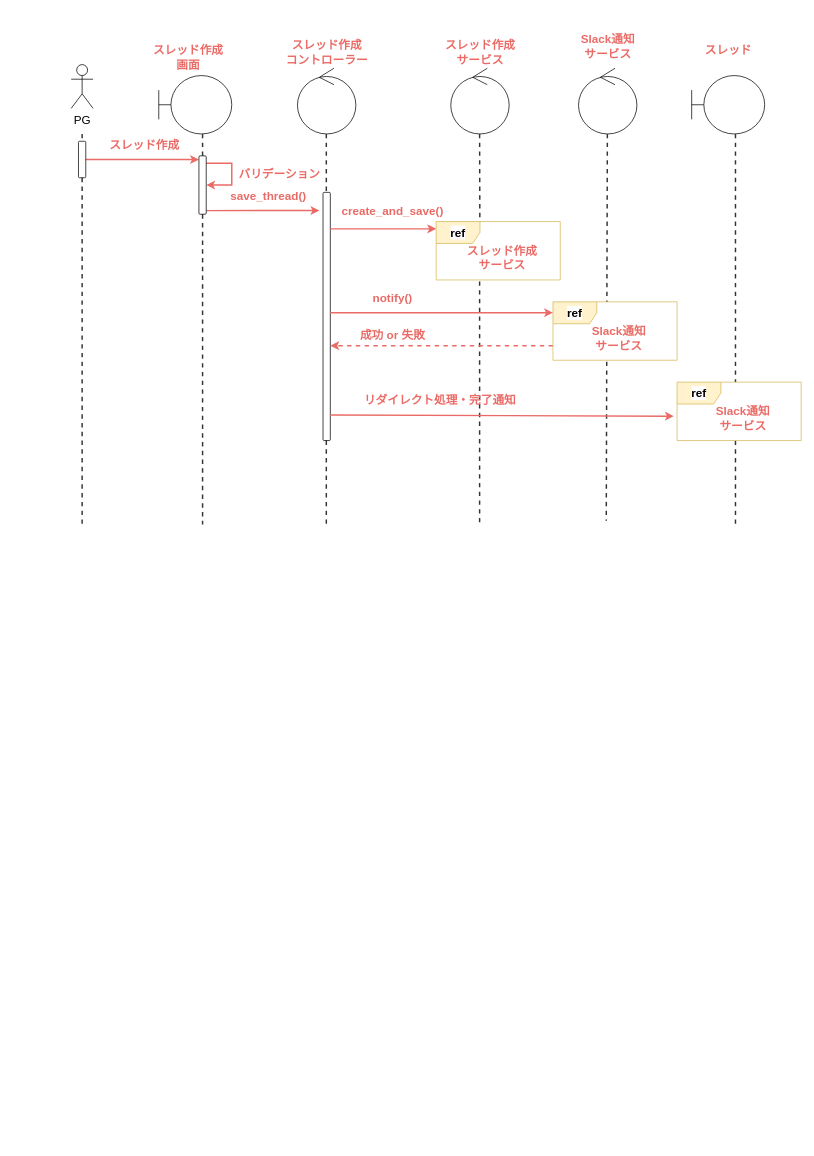
haseryo0403/functional-design-technical-design keeps this draw.io diagram as page "シーケンス図" (2 of 2) of technical-design.drawio. Above is the earlier version. Source tidied: cells renumbered, new cells numbered last; positions are measured from the earlier drawing's top-left corner, leaving out a move shared by most shapes. Both pictures are drawn from the tidied source at 73%, with x=0, y=0 at pixel (71, 28).
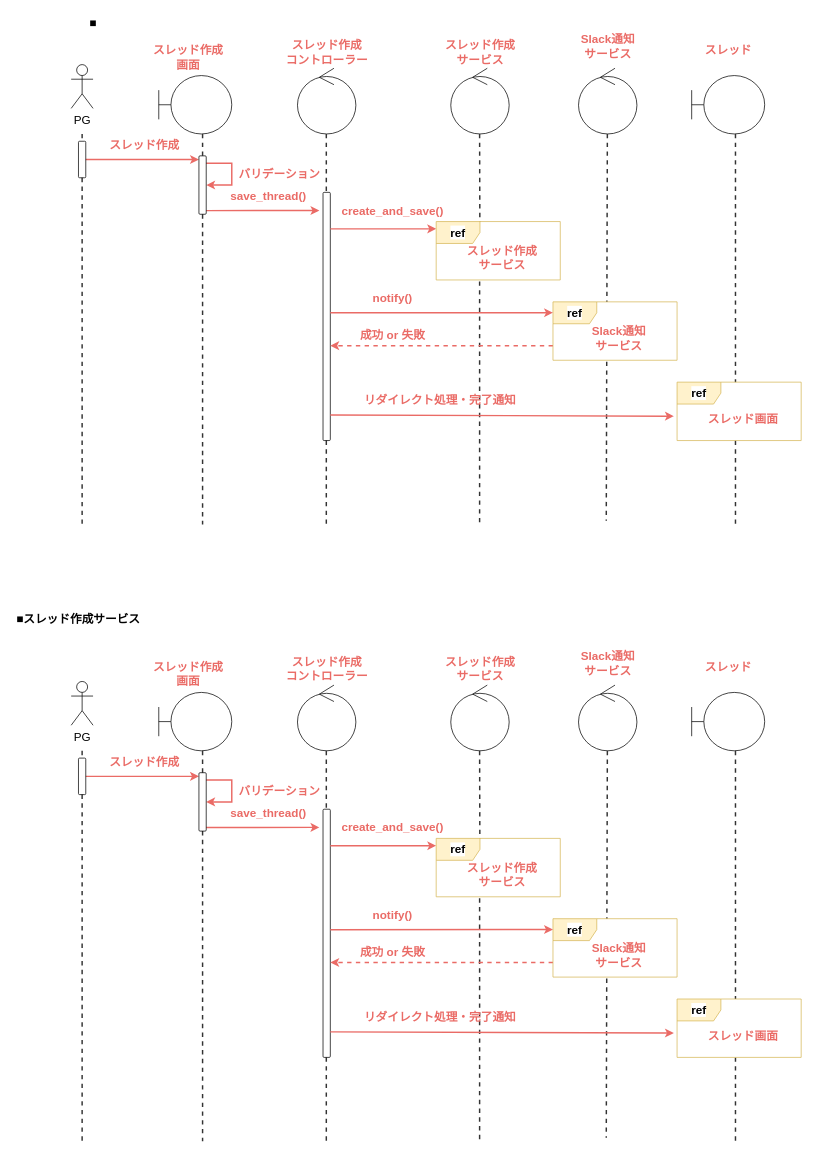
After the change.

The edit, as a diff of the source:
```diff
@@
-    <mxCell id="43" value="&lt;font color=&quot;#ea6b66&quot;&gt;Slack通知&lt;/font&gt;&lt;br&gt;&lt;div&gt;&lt;font color=&quot;#ea6b66&quot;&gt;サービス&lt;/font&gt;&lt;/div&gt;" style="text;html=1;align=center;verticalAlign=middle;strokeColor=none;fillColor=none;fontStyle=1;fontSize=16;" parent="1" vertex="1">
-      <mxGeometry x="875" y="510" width="90" height="50" as="geometry" />
+    <mxCell id="43" value="&lt;font color=&quot;#ea6b66&quot;&gt;スレッド画面&lt;/font&gt;" style="text;html=1;align=center;verticalAlign=middle;strokeColor=none;fillColor=none;fontStyle=1;fontSize=16;" parent="1" vertex="1">
+      <mxGeometry x="860" y="520" width="120" height="30" as="geometry" />
     </mxCell>
@@
+    <mxCell id="46" style="shape=umlBoundary;whiteSpace=wrap;html=1;" parent="1" vertex="1">
+      <mxGeometry x="120" y="910" width="100" height="80" as="geometry" />
+    </mxCell>
+    <mxCell id="47" style="edgeStyle=none;shape=connector;rounded=0;jettySize=auto;html=1;strokeColor=#333333;strokeWidth=2;align=center;verticalAlign=middle;fontFamily=Helvetica;fontSize=16;fontColor=default;fontStyle=1;labelBackgroundColor=default;endArrow=none;endFill=0;dashed=1;" parent="1" edge="1" source="64">
+      <mxGeometry relative="1" as="geometry">
+        <mxPoint x="15" y="1525" as="targetPoint" />
+      </mxGeometry>
+    </mxCell>
+    <mxCell id="48" value="PG" style="shape=umlActor;verticalLabelPosition=bottom;verticalAlign=top;html=1;fontSize=16;" parent="1" vertex="1">
+      <mxGeometry y="895" width="30" height="60" as="geometry" />
+    </mxCell>
+    <mxCell id="49" value="&lt;font style=&quot;font-size: 16px;&quot; color=&quot;#ea6b66&quot;&gt;スレッド作成&lt;/font&gt;&lt;div style=&quot;font-size: 16px;&quot;&gt;&lt;font style=&quot;font-size: 16px;&quot; color=&quot;#ea6b66&quot;&gt;&lt;span style=&quot;font-size: 16px;&quot;&gt;画面&lt;/span&gt;&lt;/font&gt;&lt;/div&gt;" style="text;html=1;align=center;verticalAlign=middle;strokeColor=none;fillColor=none;fontStyle=1;fontSize=16;" parent="1" vertex="1">
+      <mxGeometry x="100" y="860" width="120" height="50" as="geometry" />
+    </mxCell>
+    <mxCell id="50" style="ellipse;shape=umlControl;whiteSpace=wrap;html=1;align=center;verticalAlign=middle;fontFamily=Helvetica;fontSize=12;fontColor=default;fillColor=default;gradientColor=none;" parent="1" vertex="1">
+      <mxGeometry x="310" y="900" width="80" height="90" as="geometry" />
+    </mxCell>
+    <mxCell id="51" style="shape=umlBoundary;whiteSpace=wrap;html=1;fillColor=default;" parent="1" vertex="1">
+      <mxGeometry x="850" y="910" width="100" height="80" as="geometry" />
+    </mxCell>
+    <mxCell id="52" value="&lt;font style=&quot;font-size: 16px;&quot; color=&quot;#ea6b66&quot;&gt;スレッド&lt;/font&gt;&lt;div&gt;&lt;div style=&quot;font-size: 16px;&quot;&gt;&lt;br&gt;&lt;/div&gt;&lt;/div&gt;" style="text;html=1;align=center;verticalAlign=middle;strokeColor=none;fillColor=none;fontStyle=1;fontSize=16;" parent="1" vertex="1">
+      <mxGeometry x="855" y="860" width="90" height="50" as="geometry" />
+    </mxCell>
+    <mxCell id="53" value="&lt;font style=&quot;font-size: 16px;&quot; color=&quot;#ea6b66&quot;&gt;スレッド作成&lt;/font&gt;&lt;div&gt;&lt;font style=&quot;font-size: 16px;&quot; color=&quot;#ea6b66&quot;&gt;コントローラー&lt;/font&gt;&lt;/div&gt;" style="text;html=1;align=center;verticalAlign=middle;strokeColor=none;fillColor=none;fontStyle=1;fontSize=16;" parent="1" vertex="1">
+      <mxGeometry x="280" y="853.4" width="140" height="50" as="geometry" />
+    </mxCell>
+    <mxCell id="54" style="ellipse;shape=umlControl;whiteSpace=wrap;html=1;align=center;verticalAlign=middle;fontFamily=Helvetica;fontSize=12;fontColor=default;fillColor=default;gradientColor=none;" parent="1" vertex="1">
+      <mxGeometry x="520" y="900" width="80" height="90" as="geometry" />
+    </mxCell>
+    <mxCell id="55" value="&lt;font style=&quot;font-size: 16px;&quot; color=&quot;#ea6b66&quot;&gt;スレッド作成&lt;/font&gt;&lt;div&gt;&lt;font color=&quot;#ea6b66&quot;&gt;サービス&lt;/font&gt;&lt;/div&gt;" style="text;html=1;align=center;verticalAlign=middle;strokeColor=none;fillColor=none;fontStyle=1;fontSize=16;" parent="1" vertex="1">
+      <mxGeometry x="500" y="853.4" width="120" height="50" as="geometry" />
+    </mxCell>
+    <mxCell id="56" style="ellipse;shape=umlControl;whiteSpace=wrap;html=1;align=center;verticalAlign=middle;fontFamily=Helvetica;fontSize=12;fontColor=default;fillColor=default;gradientColor=none;" parent="1" vertex="1">
+      <mxGeometry x="695" y="900" width="80" height="90" as="geometry" />
+    </mxCell>
+    <mxCell id="57" value="&lt;font color=&quot;#ea6b66&quot;&gt;Slack通知&lt;/font&gt;&lt;div&gt;&lt;font color=&quot;#ea6b66&quot;&gt;サービス&lt;/font&gt;&lt;/div&gt;" style="text;html=1;align=center;verticalAlign=middle;strokeColor=none;fillColor=none;fontStyle=1;fontSize=16;" parent="1" vertex="1">
+      <mxGeometry x="690" y="845" width="90" height="50" as="geometry" />
+    </mxCell>
+    <mxCell id="58" style="edgeStyle=none;shape=connector;rounded=0;jettySize=auto;html=1;strokeColor=#333333;strokeWidth=2;align=center;verticalAlign=middle;fontFamily=Helvetica;fontSize=16;fontColor=default;fontStyle=1;labelBackgroundColor=default;endArrow=none;endFill=0;dashed=1;" parent="1" edge="1" source="68">
+      <mxGeometry relative="1" as="geometry">
+        <mxPoint x="180" y="1525" as="targetPoint" />
+      </mxGeometry>
+    </mxCell>
+    <mxCell id="59" style="edgeStyle=none;shape=connector;rounded=0;jettySize=auto;html=1;strokeColor=#333333;strokeWidth=2;align=center;verticalAlign=middle;fontFamily=Helvetica;fontSize=16;fontColor=default;fontStyle=1;labelBackgroundColor=default;endArrow=none;endFill=0;dashed=1;" parent="1" edge="1" source="70">
+      <mxGeometry relative="1" as="geometry">
+        <mxPoint x="349.5" y="1525" as="targetPoint" />
+      </mxGeometry>
+    </mxCell>
+    <mxCell id="60" style="edgeStyle=none;shape=connector;rounded=0;orthogonalLoop=1;jettySize=auto;html=1;strokeColor=#333333;strokeWidth=2;align=center;verticalAlign=middle;fontFamily=Helvetica;fontSize=16;fontColor=default;fontStyle=1;labelBackgroundColor=default;endArrow=none;endFill=0;dashed=1;" parent="1" edge="1">
+      <mxGeometry relative="1" as="geometry">
+        <mxPoint x="559.5" y="1180" as="sourcePoint" />
+        <mxPoint x="559.5" y="1525" as="targetPoint" />
+      </mxGeometry>
+    </mxCell>
+    <mxCell id="61" style="edgeStyle=none;shape=connector;rounded=0;orthogonalLoop=1;jettySize=auto;html=1;strokeColor=#333333;strokeWidth=2;align=center;verticalAlign=middle;fontFamily=Helvetica;fontSize=16;fontColor=default;fontStyle=1;labelBackgroundColor=default;endArrow=none;endFill=0;dashed=1;" parent="1" edge="1">
+      <mxGeometry relative="1" as="geometry">
+        <mxPoint x="910" y="990" as="sourcePoint" />
+        <mxPoint x="910" y="1525" as="targetPoint" />
+      </mxGeometry>
+    </mxCell>
+    <mxCell id="62" style="edgeStyle=none;shape=connector;rounded=0;jettySize=auto;html=1;strokeColor=#333333;strokeWidth=2;align=center;verticalAlign=middle;fontFamily=Helvetica;fontSize=16;fontColor=default;fontStyle=1;labelBackgroundColor=default;endArrow=none;endFill=0;dashed=1;" parent="1" edge="1" target="64">
+      <mxGeometry relative="1" as="geometry">
+        <mxPoint x="15" y="990" as="sourcePoint" />
+      </mxGeometry>
+    </mxCell>
+    <mxCell id="63" style="edgeStyle=none;shape=connector;rounded=0;jettySize=auto;html=1;curved=0;strokeColor=#EA6B66;strokeWidth=2;align=center;verticalAlign=middle;fontFamily=Helvetica;fontSize=16;fontColor=default;fontStyle=1;labelBackgroundColor=default;endArrow=classic;" parent="1" edge="1" source="64" target="68">
+      <mxGeometry relative="1" as="geometry" />
+    </mxCell>
+    <mxCell id="64" style="html=1;points=[[0,0,0,0,5],[0,1,0,0,-5],[1,0,0,0,5],[1,1,0,0,-5]];perimeter=orthogonalPerimeter;outlineConnect=0;targetShapes=umlLifeline;portConstraint=eastwest;newEdgeStyle={&quot;curved&quot;:0,&quot;rounded&quot;:0};rounded=1;strokeColor=default;align=center;verticalAlign=middle;fontFamily=Helvetica;fontSize=16;fontColor=default;fontStyle=1;labelBackgroundColor=default;fillColor=none;gradientColor=none;" parent="1" vertex="1">
+      <mxGeometry x="10" y="1000" width="10" height="50" as="geometry" />
+    </mxCell>
+    <mxCell id="65" style="edgeStyle=none;shape=connector;rounded=0;jettySize=auto;html=1;strokeColor=#333333;strokeWidth=2;align=center;verticalAlign=middle;fontFamily=Helvetica;fontSize=16;fontColor=default;fontStyle=1;labelBackgroundColor=default;endArrow=none;endFill=0;dashed=1;" parent="1" edge="1" target="68">
+      <mxGeometry relative="1" as="geometry">
+        <mxPoint x="180" y="990" as="sourcePoint" />
+      </mxGeometry>
+    </mxCell>
+    <mxCell id="66" style="edgeStyle=none;shape=connector;rounded=0;orthogonalLoop=1;jettySize=auto;html=1;curved=0;strokeColor=#EA6B66;strokeWidth=2;align=center;verticalAlign=middle;fontFamily=Helvetica;fontSize=16;fontColor=default;fontStyle=1;labelBackgroundColor=default;endArrow=classic;" parent="1" edge="1" source="68" target="68">
+      <mxGeometry relative="1" as="geometry">
+        <Array as="points">
+          <mxPoint x="220" y="1030" />
+          <mxPoint x="220" y="1060" />
+        </Array>
+      </mxGeometry>
+    </mxCell>
+    <mxCell id="67" style="edgeStyle=none;shape=connector;rounded=0;jettySize=auto;html=1;curved=0;exitX=1;exitY=1;exitDx=0;exitDy=-5;exitPerimeter=0;strokeColor=#EA6B66;strokeWidth=2;align=center;verticalAlign=middle;fontFamily=Helvetica;fontSize=16;fontColor=default;fontStyle=1;labelBackgroundColor=default;endArrow=classic;" parent="1" edge="1" source="68">
+      <mxGeometry relative="1" as="geometry">
+        <mxPoint x="340" y="1094.9" as="targetPoint" />
+      </mxGeometry>
+    </mxCell>
+    <mxCell id="68" style="html=1;points=[[0,0,0,0,5],[0,1,0,0,-5],[1,0,0,0,5],[1,1,0,0,-5]];perimeter=orthogonalPerimeter;outlineConnect=0;targetShapes=umlLifeline;portConstraint=eastwest;newEdgeStyle={&quot;curved&quot;:0,&quot;rounded&quot;:0};rounded=1;strokeColor=default;align=center;verticalAlign=middle;fontFamily=Helvetica;fontSize=16;fontColor=default;fontStyle=1;labelBackgroundColor=default;fillColor=none;gradientColor=none;" parent="1" vertex="1">
+      <mxGeometry x="175" y="1020" width="10" height="80" as="geometry" />
+    </mxCell>
+    <mxCell id="69" style="edgeStyle=none;shape=connector;rounded=0;jettySize=auto;html=1;strokeColor=#333333;strokeWidth=2;align=center;verticalAlign=middle;fontFamily=Helvetica;fontSize=16;fontColor=default;fontStyle=1;labelBackgroundColor=default;endArrow=none;endFill=0;dashed=1;" parent="1" edge="1" target="70">
+      <mxGeometry relative="1" as="geometry">
+        <mxPoint x="349.5" y="990" as="sourcePoint" />
+      </mxGeometry>
+    </mxCell>
+    <mxCell id="70" style="html=1;points=[[0,0,0,0,5],[0,1,0,0,-5],[1,0,0,0,5],[1,1,0,0,-5]];perimeter=orthogonalPerimeter;outlineConnect=0;targetShapes=umlLifeline;portConstraint=eastwest;newEdgeStyle={&quot;curved&quot;:0,&quot;rounded&quot;:0};rounded=1;strokeColor=default;align=center;verticalAlign=middle;fontFamily=Helvetica;fontSize=16;fontColor=default;fontStyle=1;labelBackgroundColor=default;fillColor=none;gradientColor=none;" parent="1" vertex="1">
+      <mxGeometry x="345" y="1070" width="10" height="340" as="geometry" />
+    </mxCell>
+    <mxCell id="71" style="edgeStyle=none;shape=connector;rounded=0;orthogonalLoop=1;jettySize=auto;html=1;strokeColor=#333333;strokeWidth=2;align=center;verticalAlign=middle;fontFamily=Helvetica;fontSize=16;fontColor=default;fontStyle=1;labelBackgroundColor=default;endArrow=none;endFill=0;dashed=1;" parent="1" edge="1">
+      <mxGeometry relative="1" as="geometry">
+        <mxPoint x="559.5" y="990" as="sourcePoint" />
+        <mxPoint x="560" y="1180" as="targetPoint" />
+      </mxGeometry>
+    </mxCell>
+    <mxCell id="72" style="edgeStyle=none;shape=connector;rounded=0;orthogonalLoop=1;jettySize=auto;html=1;strokeColor=#333333;strokeWidth=2;align=center;verticalAlign=middle;fontFamily=Helvetica;fontSize=16;fontColor=default;fontStyle=1;labelBackgroundColor=default;endArrow=none;endFill=0;dashed=1;" parent="1" edge="1">
+      <mxGeometry relative="1" as="geometry">
+        <mxPoint x="734.5" y="990" as="sourcePoint" />
+        <mxPoint x="733" y="1520" as="targetPoint" />
+      </mxGeometry>
+    </mxCell>
+    <mxCell id="73" value="&lt;font style=&quot;font-size: 16px;&quot; color=&quot;#ea6b66&quot;&gt;スレッド作成&lt;/font&gt;&lt;div style=&quot;font-size: 16px;&quot;&gt;&lt;br&gt;&lt;/div&gt;" style="text;html=1;align=center;verticalAlign=middle;strokeColor=none;fillColor=none;fontStyle=1;fontSize=16;" parent="1" vertex="1">
+      <mxGeometry x="40" y="990" width="120" height="50" as="geometry" />
+    </mxCell>
+    <mxCell id="74" value="&lt;font color=&quot;#ea6b66&quot;&gt;バリデーション&lt;/font&gt;" style="text;html=1;align=center;verticalAlign=middle;strokeColor=none;fillColor=none;fontStyle=1;fontSize=16;" parent="1" vertex="1">
+      <mxGeometry x="215" y="1030" width="140" height="30" as="geometry" />
+    </mxCell>
+    <mxCell id="75" value="&lt;font color=&quot;#ea6b66&quot;&gt;save_thread()&lt;/font&gt;" style="text;html=1;align=center;verticalAlign=middle;strokeColor=none;fillColor=none;fontStyle=1;fontSize=16;" parent="1" vertex="1">
+      <mxGeometry x="210" y="1060" width="120" height="30" as="geometry" />
+    </mxCell>
+    <mxCell id="76" value="&lt;font color=&quot;#ea6b66&quot;&gt;create_and_save()&lt;/font&gt;" style="text;html=1;align=center;verticalAlign=middle;strokeColor=none;fillColor=none;fontStyle=1;fontSize=16;" parent="1" vertex="1">
+      <mxGeometry x="360" y="1080" width="160" height="30" as="geometry" />
+    </mxCell>
+    <mxCell id="77" style="edgeStyle=none;shape=connector;rounded=0;orthogonalLoop=1;jettySize=auto;html=1;curved=0;strokeColor=#EA6B66;strokeWidth=2;align=center;verticalAlign=middle;fontFamily=Helvetica;fontSize=16;fontColor=default;fontStyle=1;labelBackgroundColor=default;endArrow=classic;" parent="1" edge="1">
+      <mxGeometry relative="1" as="geometry">
+        <mxPoint x="355" y="1120" as="sourcePoint" />
+        <mxPoint x="500" y="1120" as="targetPoint" />
+      </mxGeometry>
+    </mxCell>
+    <mxCell id="78" value="ref" style="shape=umlFrame;whiteSpace=wrap;html=1;rounded=1;strokeColor=#d6b656;align=center;verticalAlign=middle;fontFamily=Helvetica;fontSize=16;fontStyle=1;labelBackgroundColor=default;fillColor=#fff2cc;swimlaneFillColor=default;" parent="1" vertex="1">
+      <mxGeometry x="500" y="1110" width="170" height="80" as="geometry" />
+    </mxCell>
+    <mxCell id="79" value="&lt;font style=&quot;font-size: 16px;&quot; color=&quot;#ea6b66&quot;&gt;スレッド作成&lt;/font&gt;&lt;div&gt;&lt;font color=&quot;#ea6b66&quot;&gt;サービス&lt;/font&gt;&lt;/div&gt;" style="text;html=1;align=center;verticalAlign=middle;strokeColor=none;fillColor=none;fontStyle=1;fontSize=16;" parent="1" vertex="1">
+      <mxGeometry x="530" y="1135" width="120" height="50" as="geometry" />
+    </mxCell>
+    <mxCell id="80" style="edgeStyle=none;shape=connector;rounded=0;orthogonalLoop=1;jettySize=auto;html=1;strokeColor=#EA6B66;strokeWidth=2;align=center;verticalAlign=middle;fontFamily=Helvetica;fontSize=16;fontColor=default;fontStyle=1;labelBackgroundColor=default;endArrow=classic;dashed=1;" parent="1" edge="1">
+      <mxGeometry relative="1" as="geometry">
+        <mxPoint x="660" y="1280" as="sourcePoint" />
+        <mxPoint x="355" y="1280" as="targetPoint" />
+      </mxGeometry>
+    </mxCell>
+    <mxCell id="81" value="ref" style="shape=umlFrame;whiteSpace=wrap;html=1;rounded=1;strokeColor=#d6b656;align=center;verticalAlign=middle;fontFamily=Helvetica;fontSize=16;fontStyle=1;labelBackgroundColor=default;fillColor=#fff2cc;swimlaneFillColor=default;" parent="1" vertex="1">
+      <mxGeometry x="660" y="1220" width="170" height="80" as="geometry" />
+    </mxCell>
+    <mxCell id="82" value="&lt;font color=&quot;#ea6b66&quot;&gt;Slack通知&lt;/font&gt;&lt;br&gt;&lt;div&gt;&lt;font color=&quot;#ea6b66&quot;&gt;サービス&lt;/font&gt;&lt;/div&gt;" style="text;html=1;align=center;verticalAlign=middle;strokeColor=none;fillColor=none;fontStyle=1;fontSize=16;" parent="1" vertex="1">
+      <mxGeometry x="705" y="1245" width="90" height="50" as="geometry" />
+    </mxCell>
+    <mxCell id="83" value="&lt;font color=&quot;#ea6b66&quot;&gt;notify()&lt;/font&gt;" style="text;html=1;align=center;verticalAlign=middle;strokeColor=none;fillColor=none;fontStyle=1;fontSize=16;" parent="1" vertex="1">
+      <mxGeometry x="405" y="1200" width="70" height="30" as="geometry" />
+    </mxCell>
+    <mxCell id="84" style="edgeStyle=none;shape=connector;rounded=0;jettySize=auto;html=1;curved=0;exitX=1;exitY=1;exitDx=0;exitDy=-5;exitPerimeter=0;strokeColor=#EA6B66;strokeWidth=2;align=center;verticalAlign=middle;fontFamily=Helvetica;fontSize=16;fontColor=default;fontStyle=1;labelBackgroundColor=default;endArrow=classic;entryX=0;entryY=0.186;entryDx=0;entryDy=0;entryPerimeter=0;" parent="1" edge="1" target="81">
+      <mxGeometry relative="1" as="geometry">
+        <mxPoint x="355" y="1235" as="sourcePoint" />
+      </mxGeometry>
+    </mxCell>
+    <mxCell id="85" value="&lt;font color=&quot;#ea6b66&quot;&gt;成功 or 失敗&lt;/font&gt;" style="text;html=1;align=center;verticalAlign=middle;strokeColor=none;fillColor=none;fontStyle=1;fontSize=16;" parent="1" vertex="1">
+      <mxGeometry x="385" y="1250" width="110" height="30" as="geometry" />
+    </mxCell>
+    <mxCell id="86" value="ref" style="shape=umlFrame;whiteSpace=wrap;html=1;rounded=1;strokeColor=#d6b656;align=center;verticalAlign=middle;fontFamily=Helvetica;fontSize=16;fontStyle=1;labelBackgroundColor=default;fillColor=#fff2cc;swimlaneFillColor=default;" parent="1" vertex="1">
+      <mxGeometry x="830" y="1330" width="170" height="80" as="geometry" />
+    </mxCell>
+    <mxCell id="87" value="&lt;font color=&quot;#ea6b66&quot;&gt;スレッド画面&lt;/font&gt;" style="text;html=1;align=center;verticalAlign=middle;strokeColor=none;fillColor=none;fontStyle=1;fontSize=16;" parent="1" vertex="1">
+      <mxGeometry x="860" y="1365" width="120" height="30" as="geometry" />
+    </mxCell>
+    <mxCell id="88" value="&lt;font color=&quot;#ea6b66&quot;&gt;リダイレクト処理・完了通知&lt;/font&gt;" style="text;html=1;align=center;verticalAlign=middle;strokeColor=none;fillColor=none;fontStyle=1;fontSize=16;" parent="1" vertex="1">
+      <mxGeometry x="390" y="1340" width="230" height="30" as="geometry" />
+    </mxCell>
+    <mxCell id="89" style="edgeStyle=none;shape=connector;rounded=0;jettySize=auto;html=1;curved=0;exitX=1;exitY=1;exitDx=0;exitDy=-5;exitPerimeter=0;strokeColor=#EA6B66;strokeWidth=2;align=center;verticalAlign=middle;fontFamily=Helvetica;fontSize=16;fontColor=default;fontStyle=1;labelBackgroundColor=default;endArrow=classic;entryX=-0.026;entryY=0.583;entryDx=0;entryDy=0;entryPerimeter=0;" parent="1" edge="1" target="86">
+      <mxGeometry relative="1" as="geometry">
+        <mxPoint x="355" y="1375" as="sourcePoint" />
+      </mxGeometry>
+    </mxCell>
+    <mxCell id="90" value="■" style="text;html=1;align=center;verticalAlign=middle;whiteSpace=wrap;rounded=0;fontFamily=Helvetica;fontSize=16;fontColor=default;fontStyle=1;" parent="1" vertex="1">
+      <mxGeometry x="-60" y="-21.6" width="180" height="30" as="geometry" />
+    </mxCell>
+    <mxCell id="91" value="■スレッド作成サービス" style="text;html=1;align=center;verticalAlign=middle;whiteSpace=wrap;rounded=0;fontFamily=Helvetica;fontSize=16;fontColor=default;fontStyle=1;" parent="1" vertex="1">
+      <mxGeometry x="-80" y="795" width="180" height="30" as="geometry" />
+    </mxCell>
```
